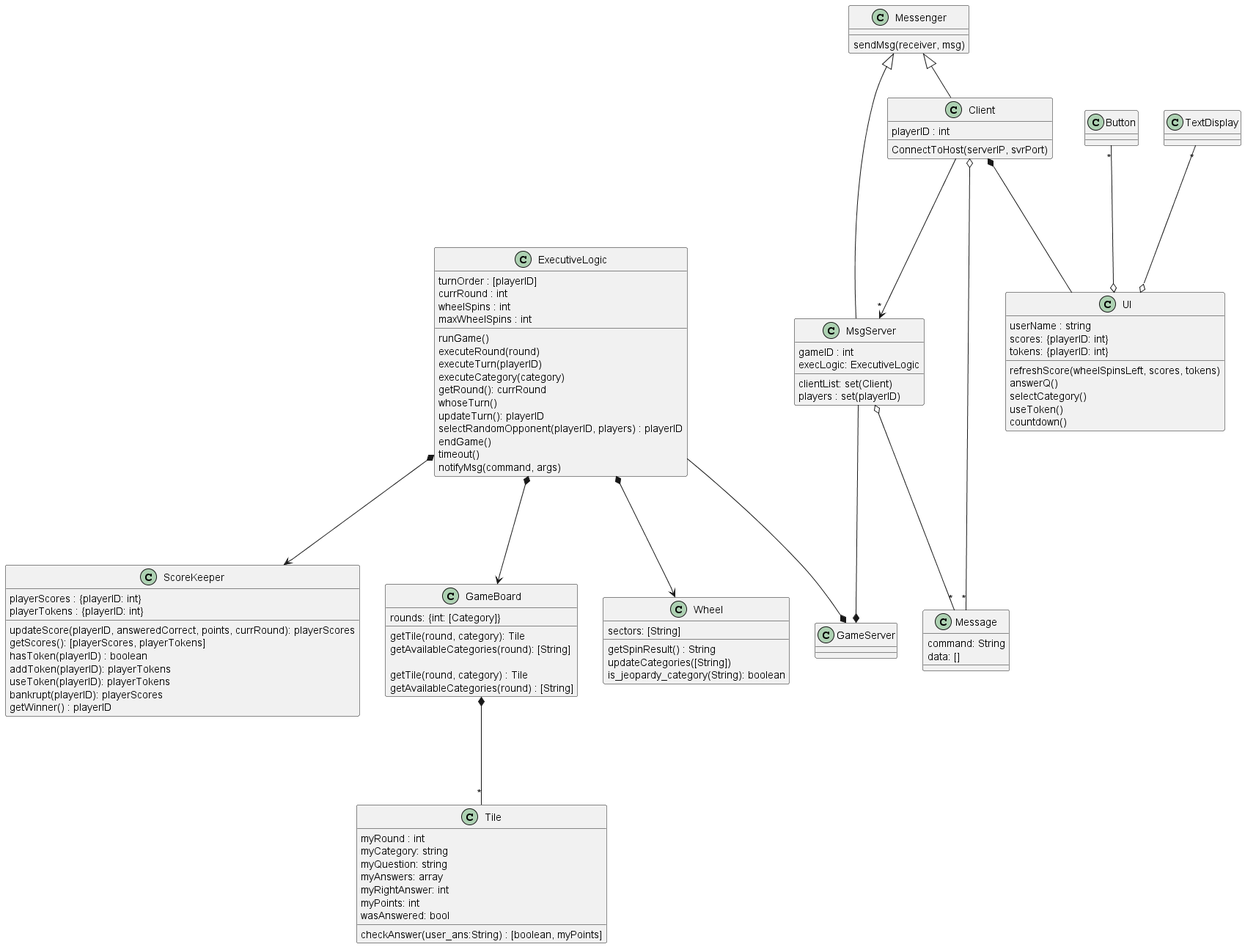
Earlier version of the PlantUML export out/diagrams/class-diag-plantuml/Wheel of Jeopardy.png (poszy/def_spinit_project).
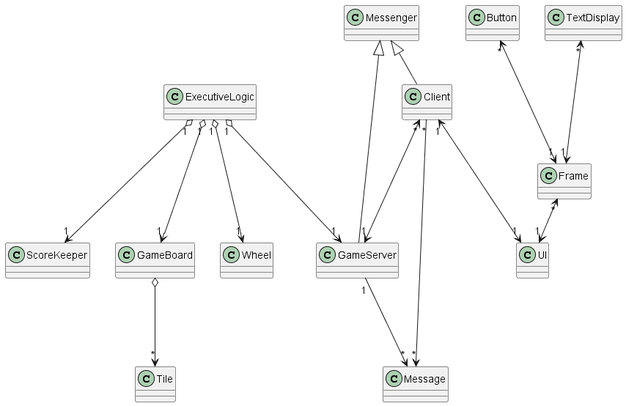
The same file after the commit.

Commit message:
generated class diag

Change to the diagram source:
```diff
@@ -1,138 +1,77 @@
 @startuml Wheel of Jeopardy
 
  class ExecutiveLogic {
-    turnOrder : [playerID]
-    currRound : int
-    wheelSpins : int
-    maxWheelSpins : int
 
-    runGame()
-    executeRound(round)
-    executeTurn(playerID)
-    executeCategory(category)
-    getRound(): currRound
-    whoseTurn()
-    updateTurn(): playerID
-    selectRandomOpponent(playerID, players) : playerID
-    endGame()
-    timeout()
-    notifyMsg(command, args)
  }
 
 
  class ScoreKeeper {
-    playerScores : {playerID: int}
-    playerTokens : {playerID: int}
 
-    updateScore(playerID, answeredCorrect, points, currRound): playerScores
-    getScores(): [playerScores, playerTokens]
-    hasToken(playerID) : boolean
-    addToken(playerID): playerTokens
-    useToken(playerID): playerTokens
-    bankrupt(playerID): playerScores
-    getWinner() : playerID
 
  }
   class GameBoard {
-    rounds: {int: [Category]}
 
-    getTile(round, category): Tile
-    getAvailableCategories(round): [String]
  }
 
  class Tile {
-    myRound : int
-    myCategory: string
-    myQuestion: string
-    myAnswers: array
-    myRightAnswer: int
-    myPoints: int
-    wasAnswered: bool
 
-    checkAnswer(user_ans:String) : [boolean, myPoints]
  }
 
 
  class Wheel {
-    sectors: [String]
 
-    getSpinResult() : String
-    updateCategories([String])
-    is_jeopardy_category(String): boolean
  }
 
 
   class UI {
-    userName : string
-    scores: {playerID: int}
-    tokens: {playerID: int}
 
-
-    refreshScore(wheelSpinsLeft, scores, tokens)
-    answerQ()
-    selectCategory()
-    useToken()
-    countdown()
  }
 
  class Button
  class TextDisplay
+ class Frame
+
 
   class Messenger {
-    sendMsg(receiver, msg)
  }
 
-  class MsgServer {
-    gameID : int
-    execLogic: ExecutiveLogic
-    clientList: set(Client)
-    players : set(playerID)
-
- }
-
-   class GameServer {
+  class GameServer {
 
 
  }
 
   class Client {
-  playerID : int
-  ConnectToHost(serverIP, svrPort)
  }
 
  class GameBoard {
-
-   getTile(round, category) : Tile
-   getAvailableCategories(round) : [String]
  }
 
   class Message {
-   command: String
-   data: []
+
  }
 
-Messenger <|-- MsgServer
+Messenger <|-- GameServer
 Messenger <|-- Client
 
-Client *--- UI /' composition '/
+Client "1" <---> "1" UI /' composition '/
 
-Client o--- "*" Message /' aggregation '/
-MsgServer o--- "*" Message /' aggregation '/
+Client "*"---> "*" Message /' aggregation '/
+GameServer "1"---> "*" Message /' aggregation '/
 
-Client ---> "*" MsgServer /' aggregation '/
+Client "*" <---> "1" GameServer /' assoc '/
 
 
-ExecutiveLogic *---> Wheel
-ExecutiveLogic *---> ScoreKeeper
-ExecutiveLogic *---> GameBoard
-ExecutiveLogic ---* GameServer
-MsgServer ---* GameServer
+ExecutiveLogic "1" o---> "1" Wheel
+ExecutiveLogic "1" o---> "1" ScoreKeeper
+ExecutiveLogic "1" o---> "1" GameBoard
+ExecutiveLogic "1" o---> "1" GameServer
 
+Frame "*" <--> "1" UI /' assoc '/
 
-Button "*" ---o UI /' aggregation '/
-TextDisplay "*" ---o UI /' aggregation '/
+Button "*" <---> "1" Frame /' assoc '/
+TextDisplay "*" <---> "1" Frame /' assoc '/
 
-GameBoard *--- "*" Tile /' composition '/
+GameBoard o---> "*" Tile /' composition '/
 
 
 @enduml
```
